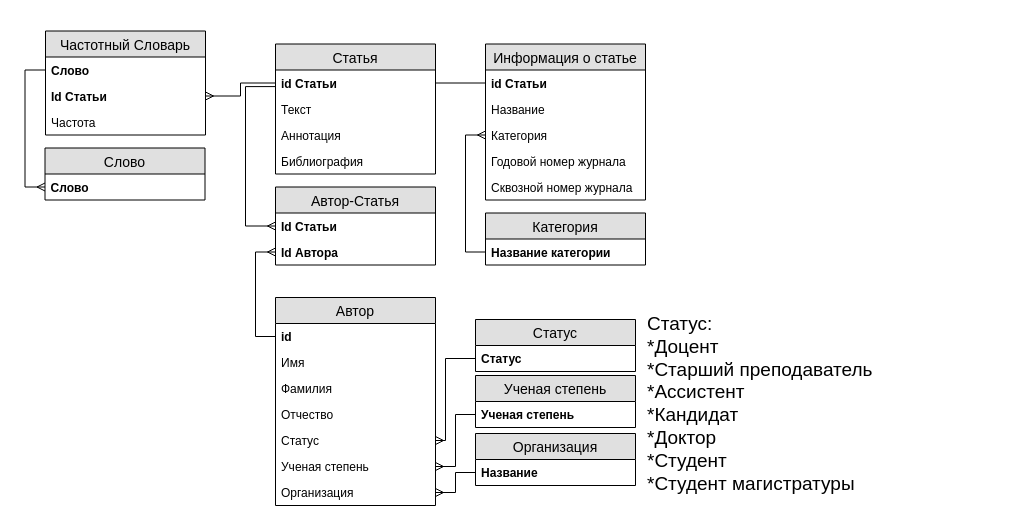
Before: Диаграмма без названия.drawio in LeXgv/apteka-ER, a draw.io diagram. Source tidied: cells renumbered, new cells numbered last; positions are measured from the earlier drawing's top-left corner, leaving out a move shared by most shapes. Both pictures are drawn from the tidied source at 100%, with x=0, y=0 at pixel (45, 31).
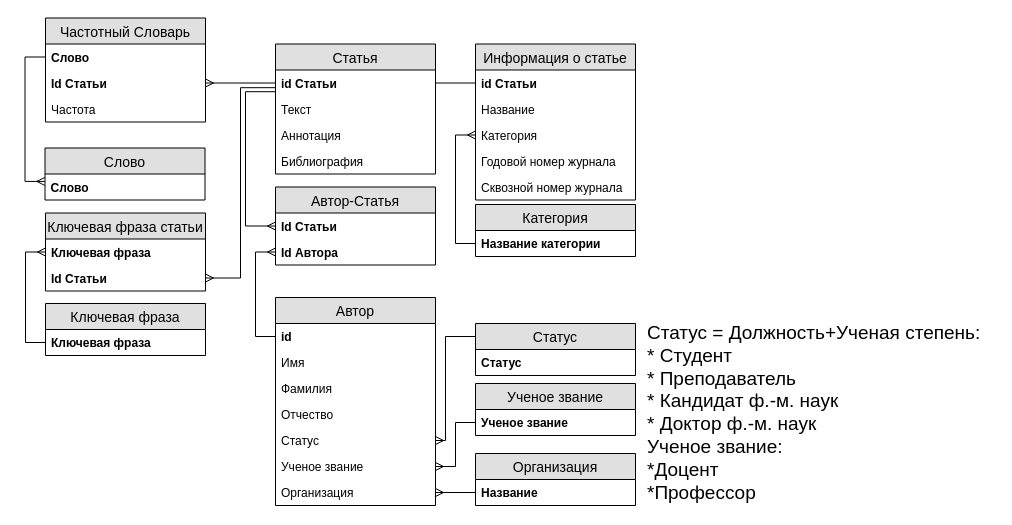
After the change.

The change refers to these unchanged cells:
```xml
<mxCell id="3" value="id Статьи" style="text;strokeColor=none;fillColor=none;spacingLeft=4;spacingRight=4;overflow=hidden;points=[[0,0.5],[1,0.5]];portConstraint=eastwest;fontSize=12;fontStyle=1;" parent="2" vertex="1">
  <mxGeometry y="26" width="160" height="26" as="geometry" />
</mxCell>
<mxCell id="8" value="Название категории" style="text;strokeColor=none;fillColor=none;spacingLeft=4;spacingRight=4;overflow=hidden;points=[[0,0.5],[1,0.5]];portConstraint=eastwest;fontSize=12;fontStyle=1;" parent="7" vertex="1">
  <mxGeometry y="26" width="160" height="26" as="geometry" />
</mxCell>
<mxCell id="10" value="Автор" style="swimlane;fontStyle=0;horizontal=1;startSize=26;fillColor=#e0e0e0;swimlaneFillColor=#ffffff;align=center;fontSize=14;" parent="1" vertex="1">
  <mxGeometry x="230" y="266" width="160" height="208" as="geometry" />
</mxCell>
<mxCell id="15" value="Статус" style="text;strokeColor=none;fillColor=none;spacingLeft=4;spacingRight=4;overflow=hidden;points=[[0,0.5],[1,0.5]];portConstraint=eastwest;fontSize=12;" parent="10" vertex="1">
  <mxGeometry y="130" width="160" height="26" as="geometry" />
</mxCell>
<mxCell id="21" value="Статус" style="text;strokeColor=none;fillColor=none;spacingLeft=4;spacingRight=4;overflow=hidden;points=[[0,0.5],[1,0.5]];portConstraint=eastwest;fontSize=12;fontStyle=1;" parent="20" vertex="1">
  <mxGeometry y="26" width="160" height="26" as="geometry" />
</mxCell>
<mxCell id="23" value="Id Статьи" style="text;strokeColor=none;fillColor=none;spacingLeft=4;spacingRight=4;overflow=hidden;points=[[0,0.5],[1,0.5]];portConstraint=eastwest;fontSize=12;fontStyle=1;" parent="22" vertex="1">
  <mxGeometry y="26" width="160" height="26" as="geometry" />
</mxCell>
<mxCell id="27" value="Слово" style="text;strokeColor=none;fillColor=none;spacingLeft=4;spacingRight=4;overflow=hidden;points=[[0,0.5],[1,0.5]];portConstraint=eastwest;fontSize=12;fontStyle=1;" parent="26" vertex="1">
  <mxGeometry y="26" width="160" height="26" as="geometry" />
</mxCell>
<mxCell id="31" value="Слово" style="text;strokeColor=none;fillColor=none;spacingLeft=4;spacingRight=4;overflow=hidden;points=[[0,0.5],[1,0.5]];portConstraint=eastwest;fontSize=12;fontStyle=1;" parent="30" vertex="1">
  <mxGeometry y="26" width="160" height="26" as="geometry" />
</mxCell>
<mxCell id="35" value="Категория" style="text;strokeColor=none;fillColor=none;spacingLeft=4;spacingRight=4;overflow=hidden;points=[[0,0.5],[1,0.5]];portConstraint=eastwest;fontSize=12;" parent="32" vertex="1">
  <mxGeometry y="78" width="160" height="26" as="geometry" />
</mxCell>
```

What changed in the source:
```diff
@@
     <mxCell id="7" value="Категория" style="swimlane;fontStyle=0;horizontal=1;startSize=26;fillColor=#e0e0e0;swimlaneFillColor=#ffffff;align=center;fontSize=14;" parent="1" vertex="1">
-      <mxGeometry x="440" y="181.5" width="160" height="52" as="geometry" />
+      <mxGeometry x="430" y="173" width="160" height="52" as="geometry" />
     </mxCell>
@@
-    <mxCell id="9" style="edgeStyle=orthogonalEdgeStyle;rounded=0;jettySize=auto;html=1;entryX=0;entryY=0.5;entryDx=0;entryDy=0;startArrow=ERmany;startFill=0;endArrow=none;endFill=0;" parent="1" edge="1" source="35" target="8">
-      <mxGeometry relative="1" as="geometry" />
-    </mxCell>
@@
-    <mxCell id="16" value="Ученая степень" style="text;strokeColor=none;fillColor=none;spacingLeft=4;spacingRight=4;overflow=hidden;points=[[0,0.5],[1,0.5]];portConstraint=eastwest;fontSize=12;" parent="10" vertex="1">
+    <mxCell id="16" value="Ученое звание" style="text;strokeColor=none;fillColor=none;spacingLeft=4;spacingRight=4;overflow=hidden;points=[[0,0.5],[1,0.5]];portConstraint=eastwest;fontSize=12;" parent="10" vertex="1">
       <mxGeometry y="156" width="160" height="26" as="geometry" />
     </mxCell>
@@
     <mxCell id="18" value="Организация" style="swimlane;fontStyle=0;horizontal=1;startSize=26;fillColor=#e0e0e0;swimlaneFillColor=#ffffff;align=center;fontSize=14;" parent="1" vertex="1">
-      <mxGeometry x="430" y="402" width="160" height="52" as="geometry" />
+      <mxGeometry x="430" y="422" width="160" height="52" as="geometry" />
     </mxCell>
@@
     <mxCell id="20" value="Статус" style="swimlane;fontStyle=0;horizontal=1;startSize=26;fillColor=#e0e0e0;swimlaneFillColor=#ffffff;align=center;fontSize=14;" parent="1" vertex="1">
-      <mxGeometry x="430" y="288" width="160" height="52" as="geometry" />
+      <mxGeometry x="430" y="292" width="160" height="52" as="geometry" />
     </mxCell>
@@
     <mxCell id="26" value="Частотный Словарь" style="swimlane;fontStyle=0;horizontal=1;startSize=26;fillColor=#e0e0e0;swimlaneFillColor=#ffffff;align=center;fontSize=14;" parent="1" vertex="1">
-      <mxGeometry y="-0.5" width="160" height="104" as="geometry" />
+      <mxGeometry y="-13.5" width="160" height="104" as="geometry" />
     </mxCell>
@@
     <mxCell id="32" value="Информация о статье" style="swimlane;fontStyle=0;horizontal=1;startSize=26;fillColor=#e0e0e0;swimlaneFillColor=#ffffff;align=center;fontSize=14;" parent="1" vertex="1">
-      <mxGeometry x="440" y="12.5" width="160" height="156" as="geometry" />
+      <mxGeometry x="430" y="12.5" width="160" height="156" as="geometry" />
     </mxCell>
@@
-    <mxCell id="39" style="edgeStyle=orthogonalEdgeStyle;rounded=0;jettySize=auto;html=1;exitX=0;exitY=0.5;exitDx=0;exitDy=0;startArrow=ERmany;startFill=0;endArrow=none;endFill=0;" parent="1" edge="1" source="31" target="27">
+    <mxCell id="39" style="edgeStyle=orthogonalEdgeStyle;rounded=0;jettySize=auto;html=1;exitX=-0.001;exitY=0.286;exitDx=0;exitDy=0;startArrow=ERmany;startFill=0;endArrow=none;endFill=0;exitPerimeter=0;" parent="1" edge="1" source="31" target="27">
       <mxGeometry relative="1" as="geometry" />
     </mxCell>
-    <mxCell id="40" style="edgeStyle=orthogonalEdgeStyle;rounded=0;jettySize=auto;html=1;exitX=0;exitY=0.5;exitDx=0;exitDy=0;startArrow=ERmany;startFill=0;endArrow=none;endFill=0;entryX=0.002;entryY=0.638;entryDx=0;entryDy=0;entryPerimeter=0;" parent="1" edge="1" source="23" target="3">
+    <mxCell id="40" style="edgeStyle=orthogonalEdgeStyle;rounded=0;jettySize=auto;html=1;exitX=0;exitY=0.5;exitDx=0;exitDy=0;startArrow=ERmany;startFill=0;endArrow=none;endFill=0;entryX=0.002;entryY=0.835;entryDx=0;entryDy=0;entryPerimeter=0;" parent="1" edge="1" source="23" target="3">
       <mxGeometry relative="1" as="geometry">
         <Array as="points">
           <mxPoint x="200" y="195" />
-          <mxPoint x="200" y="55" />
+          <mxPoint x="200" y="60" />
         </Array>
       </mxGeometry>
     </mxCell>
@@
-    <mxCell id="43" value="&lt;font style=&quot;font-size: 19px&quot;&gt;Статус:&lt;br&gt;*Доцент&lt;br&gt;*Старший преподаватель&lt;br&gt;*Ассистент&lt;br&gt;*Кандидат&lt;br&gt;*Доктор&lt;br&gt;*Студент&lt;br&gt;&lt;/font&gt;&lt;font style=&quot;font-size: 19px&quot;&gt;*Студент магистратуры&lt;/font&gt;&lt;br&gt;" style="text;html=1;align=left;verticalAlign=top;spacingTop=-4;" parent="1" vertex="1">
-      <mxGeometry x="600" y="279" width="240" height="130" as="geometry" />
+    <mxCell id="43" value="&lt;span style=&quot;font-size: 19px&quot;&gt;Статус = Должность+Ученая степень:&lt;br&gt;* Студент&lt;br&gt;* Преподаватель&lt;br&gt;* Кандидат ф.-м. наук&lt;br&gt;* Доктор ф.-м. наук&lt;br&gt;Ученое звание:&lt;br&gt;*Доцент&lt;br&gt;*Профессор&lt;br&gt;&lt;/span&gt;" style="text;html=1;align=left;verticalAlign=top;spacingTop=-4;" parent="1" vertex="1">
+      <mxGeometry x="599.9" y="288" width="350" height="130" as="geometry" />
     </mxCell>
-    <mxCell id="44" value="Ученая степень" style="swimlane;fontStyle=0;horizontal=1;startSize=26;fillColor=#e0e0e0;swimlaneFillColor=#ffffff;align=center;fontSize=14;" parent="1" vertex="1">
-      <mxGeometry x="430" y="344" width="160" height="52" as="geometry" />
+    <mxCell id="44" value="Ученое звание" style="swimlane;fontStyle=0;horizontal=1;startSize=26;fillColor=#e0e0e0;swimlaneFillColor=#ffffff;align=center;fontSize=14;" parent="1" vertex="1">
+      <mxGeometry x="430" y="352" width="160" height="52" as="geometry" />
     </mxCell>
-    <mxCell id="45" value="Ученая степень" style="text;strokeColor=none;fillColor=none;spacingLeft=4;spacingRight=4;overflow=hidden;points=[[0,0.5],[1,0.5]];portConstraint=eastwest;fontSize=12;fontStyle=1;" parent="44" vertex="1">
+    <mxCell id="45" value="Ученое звание" style="text;strokeColor=none;fillColor=none;spacingLeft=4;spacingRight=4;overflow=hidden;points=[[0,0.5],[1,0.5]];portConstraint=eastwest;fontSize=12;fontStyle=1;" parent="44" vertex="1">
       <mxGeometry y="26" width="160" height="26" as="geometry" />
     </mxCell>
@@
+    <mxCell id="48" value="Ключевая фраза статьи" style="swimlane;fontStyle=0;horizontal=1;startSize=26;fillColor=#e0e0e0;swimlaneFillColor=#ffffff;align=center;fontSize=14;" parent="1" vertex="1">
+      <mxGeometry y="181.5" width="160" height="78" as="geometry" />
+    </mxCell>
+    <mxCell id="49" value="Ключевая фраза" style="text;strokeColor=none;fillColor=none;spacingLeft=4;spacingRight=4;overflow=hidden;points=[[0,0.5],[1,0.5]];portConstraint=eastwest;fontSize=12;fontStyle=1;" parent="48" vertex="1">
+      <mxGeometry y="26" width="160" height="26" as="geometry" />
+    </mxCell>
+    <mxCell id="50" value="Id Статьи" style="text;strokeColor=none;fillColor=none;spacingLeft=4;spacingRight=4;overflow=hidden;points=[[0,0.5],[1,0.5]];portConstraint=eastwest;fontSize=12;fontStyle=1;" parent="48" vertex="1">
+      <mxGeometry y="52" width="160" height="26" as="geometry" />
+    </mxCell>
+    <mxCell id="9" style="edgeStyle=orthogonalEdgeStyle;rounded=0;jettySize=auto;html=1;entryX=0;entryY=0.5;entryDx=0;entryDy=0;startArrow=ERmany;startFill=0;endArrow=none;endFill=0;" parent="1" edge="1" source="35" target="8">
+      <mxGeometry relative="1" as="geometry" />
+    </mxCell>
     <mxCell id="47" style="edgeStyle=orthogonalEdgeStyle;rounded=0;jettySize=auto;html=1;exitX=1;exitY=0.5;exitDx=0;exitDy=0;entryX=0;entryY=0.5;entryDx=0;entryDy=0;startArrow=ERmany;startFill=0;endArrow=none;endFill=0;" parent="1" edge="1" source="15" target="21">
       <mxGeometry relative="1" as="geometry">
         <Array as="points">
           <mxPoint x="400" y="409" />
-          <mxPoint x="400" y="327" />
+          <mxPoint x="400" y="305" />
         </Array>
       </mxGeometry>
     </mxCell>
+    <mxCell id="51" style="edgeStyle=orthogonalEdgeStyle;rounded=0;jettySize=auto;html=1;exitX=1;exitY=0.5;exitDx=0;exitDy=0;startArrow=ERmany;startFill=0;endArrow=none;endFill=0;entryX=0.002;entryY=0.68;entryDx=0;entryDy=0;entryPerimeter=0;" parent="1" edge="1" source="50" target="3">
+      <mxGeometry relative="1" as="geometry" />
+    </mxCell>
+    <mxCell id="52" value="Ключевая фраза" style="swimlane;fontStyle=0;horizontal=1;startSize=26;fillColor=#e0e0e0;swimlaneFillColor=#ffffff;align=center;fontSize=14;" parent="1" vertex="1">
+      <mxGeometry y="272" width="160" height="52" as="geometry" />
+    </mxCell>
+    <mxCell id="53" value="Ключевая фраза" style="text;strokeColor=none;fillColor=none;spacingLeft=4;spacingRight=4;overflow=hidden;points=[[0,0.5],[1,0.5]];portConstraint=eastwest;fontSize=12;fontStyle=1;" parent="52" vertex="1">
+      <mxGeometry y="26" width="160" height="26" as="geometry" />
+    </mxCell>
+    <mxCell id="54" style="edgeStyle=orthogonalEdgeStyle;rounded=0;jettySize=auto;html=1;exitX=0;exitY=0.5;exitDx=0;exitDy=0;entryX=0;entryY=0.5;entryDx=0;entryDy=0;startArrow=ERmany;startFill=0;endArrow=none;endFill=0;" parent="1" edge="1" source="49" target="53">
+      <mxGeometry relative="1" as="geometry" />
+    </mxCell>
```
